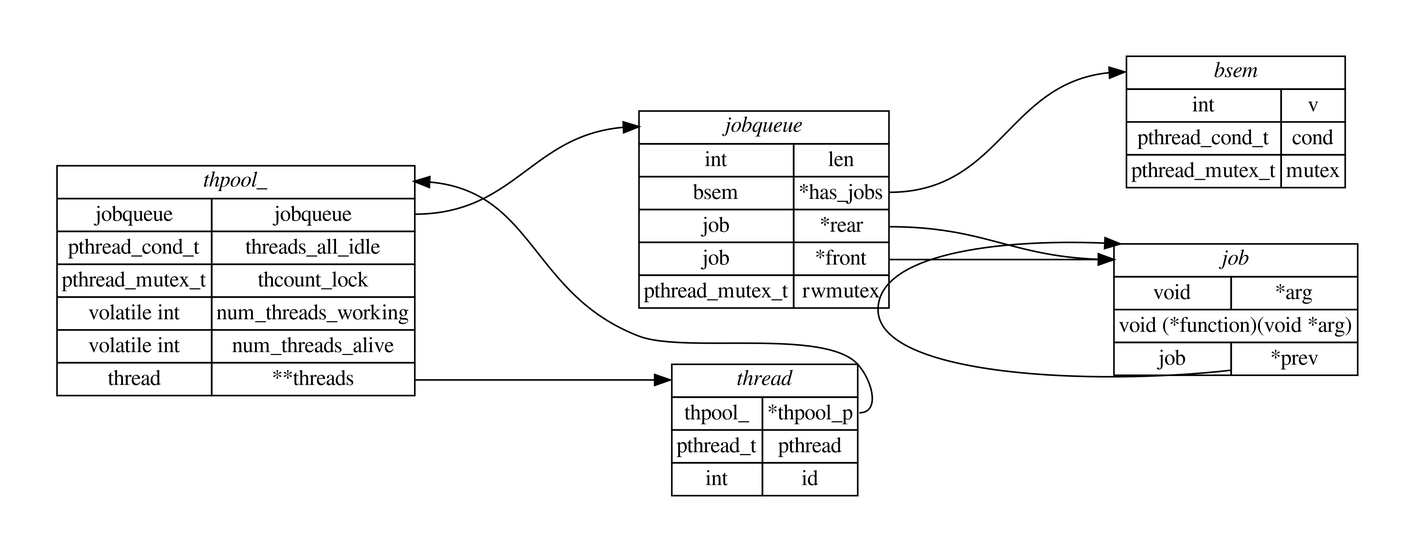
Pursue26/c-struct-graphviz keeps this Graphviz diagram as out.png. Above is the earlier version. Its source is kept beside it as out.dot.
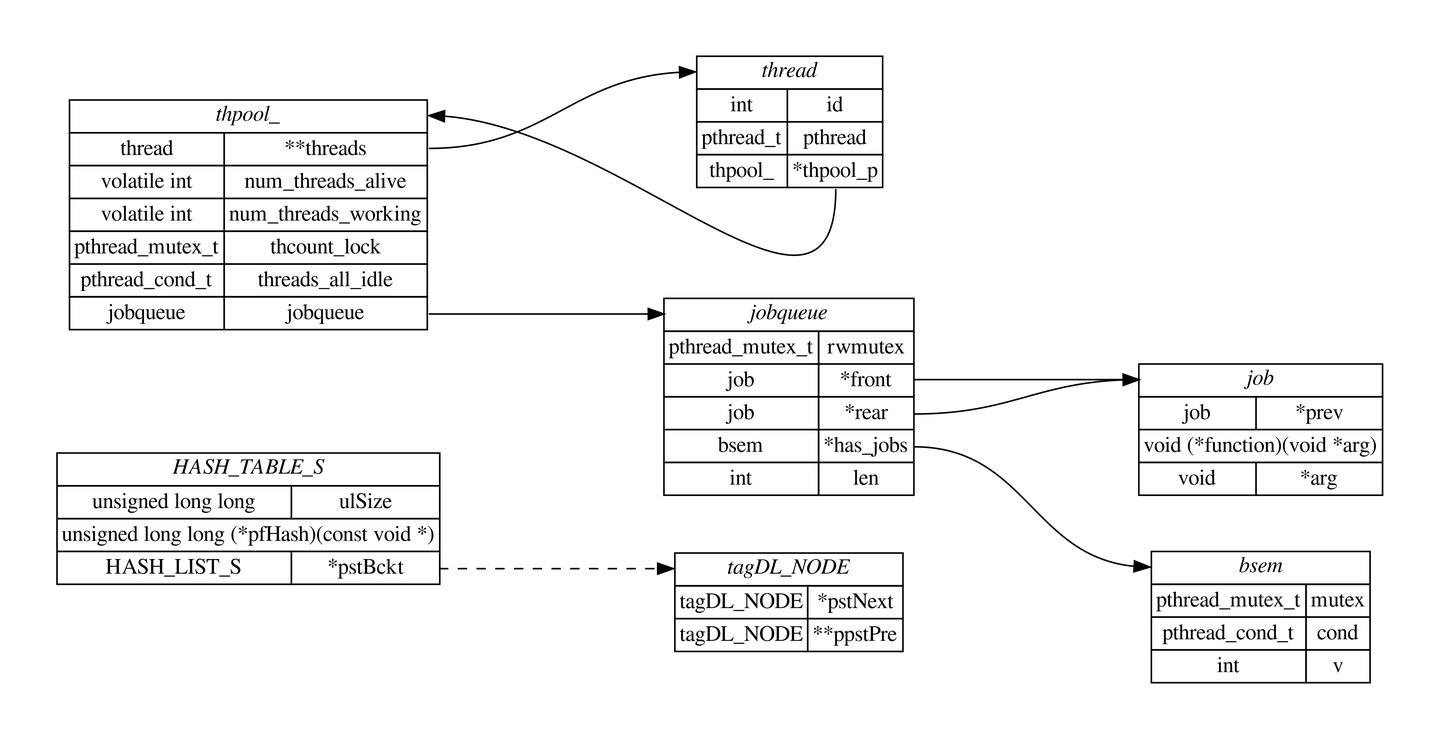
Later version of the same file.

Commit message:
支持typedef重命名的情况下的结构关系图生成

The edit, as a diff of the source:
```diff
@@ -2,51 +2,67 @@
     graph [pad="0.5", nodesep="0.5", ranksep="2", dpi=300];
     node [shape=plain]
     rankdir=LR;
+    tagDL_NODE [label=<
+        <table border="0" cellborder="1" cellspacing="0">
+        <tr><td colspan="2" port="head"><i>tagDL_NODE</i></td></tr>
+    <tr><td>tagDL_NODE</td><td port="_pstNext">*pstNext</td></tr>
+    <tr><td>tagDL_NODE</td><td port="__ppstPre">**ppstPre</td></tr>
+    </table>>];
+    HASH_TABLE_S [label=<
+        <table border="0" cellborder="1" cellspacing="0">
+        <tr><td colspan="2" port="head"><i>HASH_TABLE_S</i></td></tr>
+    <tr><td>unsigned long long</td><td port="ulSize">ulSize</td></tr>
+    <tr><td colspan="2" port="pfHash">unsigned long long (*pfHash)(const void *)</td></tr>
+    <tr><td>HASH_LIST_S</td><td port="_pstBckt">*pstBckt</td></tr>
+    </table>>];
     thpool_ [label=<
         <table border="0" cellborder="1" cellspacing="0">
         <tr><td colspan="2" port="head"><i>thpool_</i></td></tr>
+    <tr><td>thread</td><td port="__threads">**threads</td></tr>
+    <tr><td>volatile int</td><td port="num_threads_alive">num_threads_alive</td></tr>
+    <tr><td>volatile int</td><td port="num_threads_working">num_threads_working</td></tr>
+    <tr><td>pthread_mutex_t</td><td port="thcount_lock">thcount_lock</td></tr>
+    <tr><td>pthread_cond_t</td><td port="threads_all_idle">threads_all_idle</td></tr>
     <tr><td>jobqueue</td><td port="jobqueue">jobqueue</td></tr>
-    <tr><td>pthread_cond_t</td><td port="threads_all_idle">threads_all_idle</td></tr>
-    <tr><td>pthread_mutex_t</td><td port="thcount_lock">thcount_lock</td></tr>
-    <tr><td>volatile int</td><td port="num_threads_working">num_threads_working</td></tr>
-    <tr><td>volatile int</td><td port="num_threads_alive">num_threads_alive</td></tr>
-    <tr><td>thread</td><td port="__threads">**threads</td></tr>
     </table>>];
     thread [label=<
         <table border="0" cellborder="1" cellspacing="0">
         <tr><td colspan="2" port="head"><i>thread</i></td></tr>
+    <tr><td>int</td><td port="id">id</td></tr>
+    <tr><td>pthread_t</td><td port="pthread">pthread</td></tr>
     <tr><td>thpool_</td><td port="_thpool_p">*thpool_p</td></tr>
-    <tr><td>pthread_t</td><td port="pthread">pthread</td></tr>
-    <tr><td>int</td><td port="id">id</td></tr>
     </table>>];
     jobqueue [label=<
         <table border="0" cellborder="1" cellspacing="0">
         <tr><td colspan="2" port="head"><i>jobqueue</i></td></tr>
+    <tr><td>pthread_mutex_t</td><td port="rwmutex">rwmutex</td></tr>
+    <tr><td>job</td><td port="_front">*front</td></tr>
+    <tr><td>job</td><td port="_rear">*rear</td></tr>
+    <tr><td>bsem</td><td port="_has_jobs">*has_jobs</td></tr>
     <tr><td>int</td><td port="len">len</td></tr>
-    <tr><td>bsem</td><td port="_has_jobs">*has_jobs</td></tr>
-    <tr><td>job</td><td port="_rear">*rear</td></tr>
-    <tr><td>job</td><td port="_front">*front</td></tr>
-    <tr><td>pthread_mutex_t</td><td port="rwmutex">rwmutex</td></tr>
     </table>>];
     job [label=<
         <table border="0" cellborder="1" cellspacing="0">
         <tr><td colspan="2" port="head"><i>job</i></td></tr>
+    <tr><td>job</td><td port="_prev">*prev</td></tr>
+    <tr><td colspan="2" port="function">void (*function)(void *arg)</td></tr>
     <tr><td>void</td><td port="_arg">*arg</td></tr>
-    <tr><td colspan="2" port="function">void (*function)(void *arg)</td></tr>
-    <tr><td>job</td><td port="_prev">*prev</td></tr>
     </table>>];
     bsem [label=<
         <table border="0" cellborder="1" cellspacing="0">
         <tr><td colspan="2" port="head"><i>bsem</i></td></tr>
+    <tr><td>pthread_mutex_t</td><td port="mutex">mutex</td></tr>
+    <tr><td>pthread_cond_t</td><td port="cond">cond</td></tr>
     <tr><td>int</td><td port="v">v</td></tr>
-    <tr><td>pthread_cond_t</td><td port="cond">cond</td></tr>
-    <tr><td>pthread_mutex_t</td><td port="mutex">mutex</td></tr>
     </table>>];
-    thpool_:jobqueue->jobqueue:head
-    thpool_:__threads->thread:head
-    thread:_thpool_p->thpool_:head
-    jobqueue:_has_jobs->bsem:head
-    jobqueue:_rear->job:head
-    jobqueue:_front->job:head
-    job:_prev->job:head
+    tagDL_NODE:_pstNext->tagDL_NODE:head [style="invis"]
+    tagDL_NODE:__ppstPre->tagDL_NODE:head [style="invis"]
+    HASH_TABLE_S:_pstBckt->tagDL_NODE:head [style="dashed"]
+    thpool_:__threads->thread:head [style="solid"]
+    thpool_:jobqueue->jobqueue:head [style="solid"]
+    thread:_thpool_p->thpool_:head [style="solid"]
+    jobqueue:_front->job:head [style="solid"]
+    jobqueue:_rear->job:head [style="solid"]
+    jobqueue:_has_jobs->bsem:head [style="solid"]
+    job:_prev->job:head [style="invis"]
 }
```
